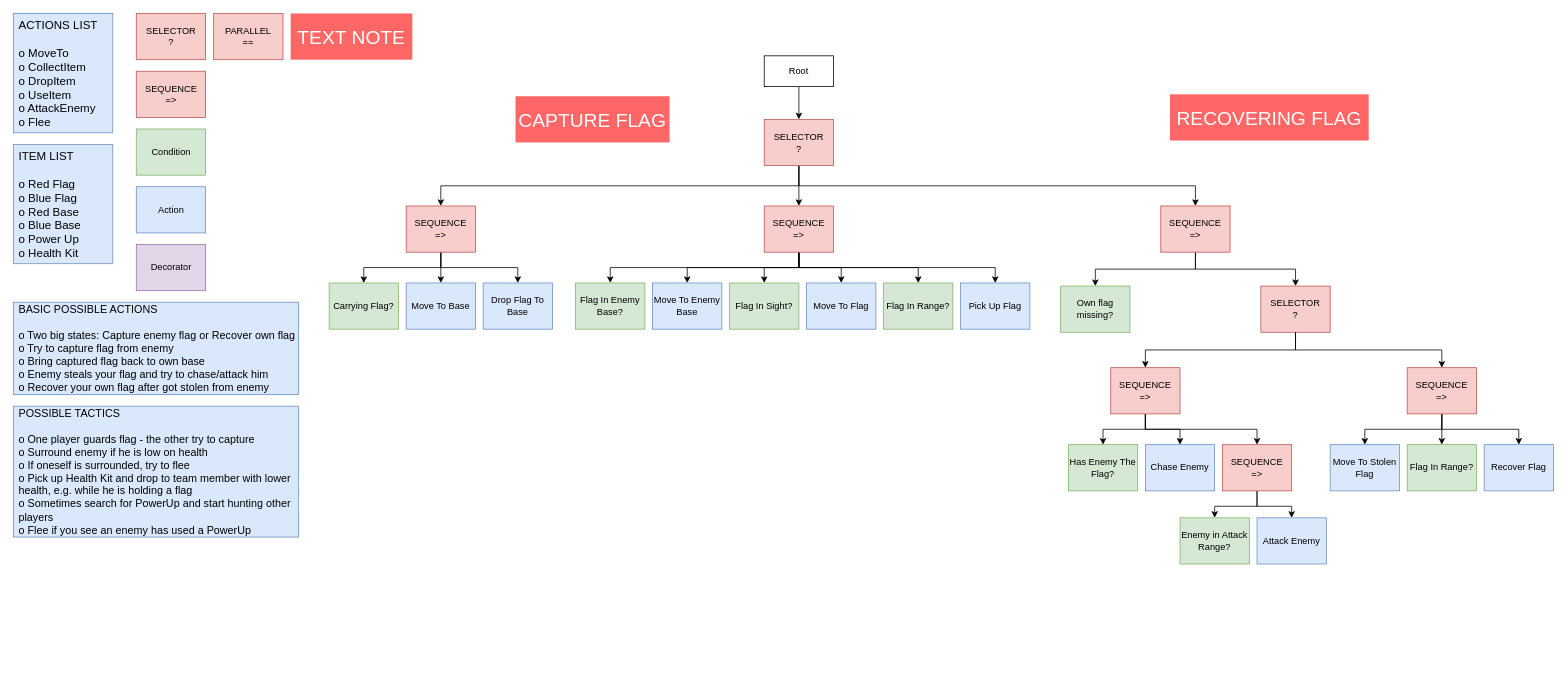
Above: AIAssessmentTree.drawio in Snowball115/SOL-AIBehaviourTree (draw.io), before the change. Source tidied: cells renumbered, new cells numbered last; positions are measured from the earlier drawing's top-left corner, leaving out a move shared by most shapes. Both pictures are drawn from the tidied source at 77%, with x=0, y=0 at pixel (13, 13).
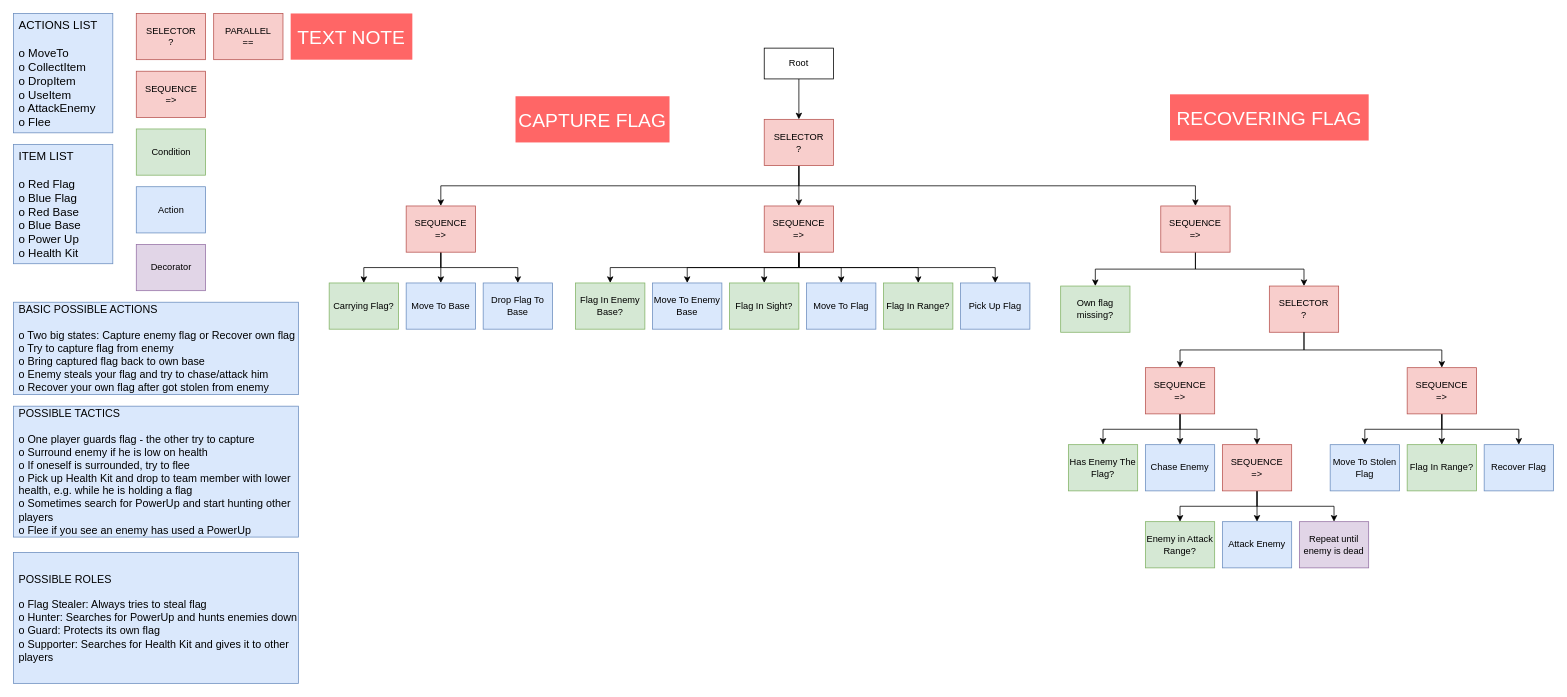
The same diagram, later.

Unchanged cells that the change refers to:
```xml
<mxCell id="46" value="SEQUENCE&lt;br&gt;=&amp;gt;" style="rounded=0;whiteSpace=wrap;html=1;labelBackgroundColor=none;fontSize=12;fillColor=#f8cecc;strokeColor=#b85450;" parent="1" vertex="1">
  <mxGeometry x="1570" y="560" width="90" height="60" as="geometry" />
</mxCell>
```

Change to the diagram source:
```diff
@@
     <mxCell id="3" value="Root" style="rounded=0;whiteSpace=wrap;html=1;labelBackgroundColor=none;fontSize=12;" parent="1" vertex="1">
-      <mxGeometry x="975" y="55" width="90" height="40" as="geometry" />
+      <mxGeometry x="975" y="45" width="90" height="40" as="geometry" />
     </mxCell>
@@
     <mxCell id="42" value="Enemy in Attack Range?" style="rounded=0;whiteSpace=wrap;html=1;labelBackgroundColor=none;fontSize=12;fillColor=#d5e8d4;strokeColor=#82b366;" parent="1" vertex="1">
-      <mxGeometry x="1515" y="655" width="90" height="60" as="geometry" />
+      <mxGeometry x="1470" y="660" width="90" height="60" as="geometry" />
     </mxCell>
     <mxCell id="43" value="Attack Enemy" style="rounded=0;whiteSpace=wrap;html=1;labelBackgroundColor=none;fontSize=12;fillColor=#dae8fc;strokeColor=#6c8ebf;" parent="1" vertex="1">
-      <mxGeometry x="1615" y="655" width="90" height="60" as="geometry" />
+      <mxGeometry x="1570" y="660" width="90" height="60" as="geometry" />
     </mxCell>
+    <mxCell id="45" style="edgeStyle=orthogonalEdgeStyle;rounded=0;jettySize=auto;html=1;exitX=0.5;exitY=1;exitDx=0;exitDy=0;entryX=0.5;entryY=0;entryDx=0;entryDy=0;fontSize=14;" parent="1" edge="1" source="46" target="43">
+      <mxGeometry relative="1" as="geometry" />
+    </mxCell>
-    <mxCell id="44" style="edgeStyle=orthogonalEdgeStyle;rounded=0;jettySize=auto;html=1;entryX=0.5;entryY=0;entryDx=0;entryDy=0;fontSize=14;" parent="1" edge="1" source="46" target="42">
+    <mxCell id="44" style="edgeStyle=orthogonalEdgeStyle;rounded=0;jettySize=auto;html=1;exitX=0.5;exitY=1;exitDx=0;exitDy=0;entryX=0.5;entryY=0;entryDx=0;entryDy=0;" parent="1" edge="1" source="46" target="42">
       <mxGeometry relative="1" as="geometry" />
     </mxCell>
-    <mxCell id="45" style="edgeStyle=orthogonalEdgeStyle;rounded=0;jettySize=auto;html=1;exitX=0.5;exitY=1;exitDx=0;exitDy=0;entryX=0.5;entryY=0;entryDx=0;entryDy=0;fontSize=14;" parent="1" edge="1" source="46" target="43">
-      <mxGeometry relative="1" as="geometry" />
-    </mxCell>
+    <mxCell id="66" style="edgeStyle=orthogonalEdgeStyle;rounded=0;jettySize=auto;html=1;exitX=0.5;exitY=1;exitDx=0;exitDy=0;entryX=0.5;entryY=0;entryDx=0;entryDy=0;" parent="1" edge="1" source="46" target="67">
+      <mxGeometry relative="1" as="geometry" />
+    </mxCell>
@@
     <mxCell id="52" value="SELECTOR&lt;br&gt;?" style="rounded=0;whiteSpace=wrap;html=1;labelBackgroundColor=none;fontSize=12;fillColor=#f8cecc;strokeColor=#b85450;" parent="1" vertex="1">
-      <mxGeometry x="1620" y="354" width="90" height="60" as="geometry" />
+      <mxGeometry x="1631" y="354" width="90" height="60" as="geometry" />
     </mxCell>
@@
     <mxCell id="56" value="SEQUENCE&lt;br&gt;=&amp;gt;" style="rounded=0;whiteSpace=wrap;html=1;labelBackgroundColor=none;fontSize=12;fillColor=#f8cecc;strokeColor=#b85450;" parent="1" vertex="1">
-      <mxGeometry x="1425" y="460" width="90" height="60" as="geometry" />
+      <mxGeometry x="1470" y="460" width="90" height="60" as="geometry" />
     </mxCell>
@@
+    <mxCell id="67" value="Repeat until enemy is dead" style="rounded=0;whiteSpace=wrap;html=1;labelBackgroundColor=none;fontSize=12;fillColor=#e1d5e7;strokeColor=#9673a6;" parent="1" vertex="1">
+      <mxGeometry x="1670" y="660" width="90" height="60" as="geometry" />
+    </mxCell>
+    <mxCell id="68" value="POSSIBLE ROLES&lt;br&gt;&lt;br&gt;o Flag Stealer: Always tries to steal flag&lt;br&gt;o Hunter: Searches for PowerUp and hunts enemies down&lt;br&gt;o Guard: Protects its own flag&lt;br&gt;o Supporter: Searches for Health Kit and gives it to other players" style="rounded=0;labelBackgroundColor=none;fontSize=14;fillColor=#dae8fc;strokeColor=#6c8ebf;align=left;fontStyle=0;horizontal=1;labelPosition=center;verticalLabelPosition=middle;verticalAlign=middle;whiteSpace=wrap;html=1;spacingTop=0;spacingLeft=5;spacing=2;labelBorderColor=none;" parent="1" vertex="1">
+      <mxGeometry y="700" width="370" height="170" as="geometry" />
+    </mxCell>
```
